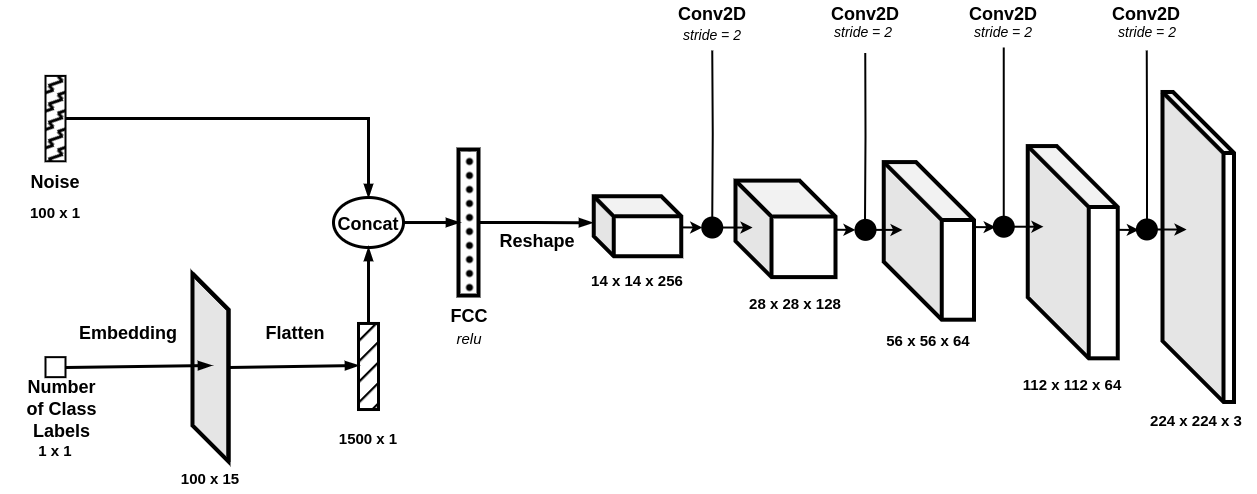
viniciusrpb/drawio_flowcharts keeps this draw.io diagram as generator.png. Above is the earlier version. Source tidied: cells renumbered, new cells last; positions are measured from the earlier drawing's top-left corner, leaving out a move shared by most shapes.
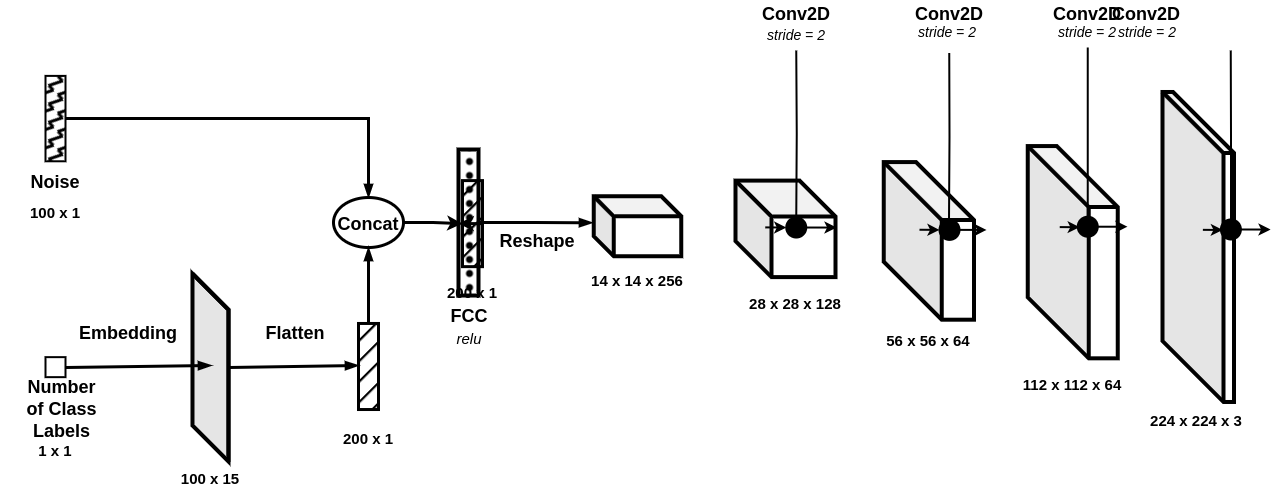
The same diagram one commit later.

Change to the diagram source:
```diff
@@ -17,9 +17,9 @@
     <mxCell id="6" value="Number of Class&lt;div style=&quot;font-size: 18px;&quot;&gt;Labels&lt;/div&gt;&lt;div style=&quot;font-size: 18px;&quot;&gt;&lt;br&gt;&lt;/div&gt;" style="text;html=1;strokeColor=none;fillColor=none;align=center;verticalAlign=middle;whiteSpace=wrap;rounded=0;fontSize=18;fontStyle=1;strokeWidth=4;" parent="1" vertex="1">
       <mxGeometry x="25" y="406.2" width="73" height="30" as="geometry" />
     </mxCell>
-    <mxCell id="7" style="edgeStyle=orthogonalEdgeStyle;rounded=0;jettySize=auto;html=1;strokeWidth=3;endArrow=blockThin;endFill=1;entryX=0.05;entryY=0.5;entryDx=0;entryDy=0;entryPerimeter=0;" parent="1" edge="1" source="8" target="24">
-      <mxGeometry relative="1" as="geometry" />
-    </mxCell>
+    <mxCell id="59" style="edgeStyle=orthogonalEdgeStyle;rounded=0;jettySize=auto;html=1;exitX=1;exitY=0.5;exitDx=0;exitDy=0;entryX=0;entryY=0.5;entryDx=0;entryDy=0;strokeWidth=3;" parent="1" edge="1" source="8" target="61">
+      <mxGeometry relative="1" as="geometry" />
+    </mxCell>
     <mxCell id="8" value="&lt;font style=&quot;font-size: 18px;&quot;&gt;Concat&lt;/font&gt;" style="ellipse;whiteSpace=wrap;html=1;strokeWidth=3;fontStyle=1;fontSize=24;" parent="1" vertex="1">
       <mxGeometry x="333" y="198" width="70" height="50" as="geometry" />
     </mxCell>
@@ -95,98 +95,98 @@
       <mxGeometry y="436.2" width="110" height="30" as="geometry" />
     </mxCell>
     <mxCell id="32" value="Conv2D" style="text;html=1;align=center;verticalAlign=middle;whiteSpace=wrap;rounded=0;fontStyle=1;fontSize=18;" parent="1" vertex="1">
-      <mxGeometry x="681.8" y="0.2" width="60" height="30" as="geometry" />
+      <mxGeometry x="765.8" y="0.2" width="60" height="30" as="geometry" />
     </mxCell>
     <mxCell id="33" value="stride = 2" style="text;html=1;align=center;verticalAlign=middle;whiteSpace=wrap;rounded=0;fontSize=14;fontStyle=2;strokeWidth=2;" parent="1" vertex="1">
-      <mxGeometry x="681.8" y="21" width="60" height="30" as="geometry" />
+      <mxGeometry x="765.8" y="21" width="60" height="30" as="geometry" />
     </mxCell>
     <mxCell id="34" style="edgeStyle=orthogonalEdgeStyle;rounded=0;jettySize=auto;html=1;exitX=0.5;exitY=0;exitDx=0;exitDy=0;exitPerimeter=0;entryX=0.5;entryY=1;entryDx=0;entryDy=0;endArrow=none;endFill=0;strokeWidth=2;" parent="1" edge="1" target="33">
       <mxGeometry relative="1" as="geometry">
-        <mxPoint x="711.8" y="218" as="sourcePoint" />
+        <mxPoint x="795.8" y="218" as="sourcePoint" />
       </mxGeometry>
     </mxCell>
     <mxCell id="35" style="strokeWidth=2;html=1;shape=mxgraph.flowchart.start_2;whiteSpace=wrap;fillColor=#000000;" parent="1" vertex="1">
-      <mxGeometry x="701.8" y="218" width="20" height="20" as="geometry" />
+      <mxGeometry x="785.8" y="218" width="20" height="20" as="geometry" />
     </mxCell>
     <mxCell id="36" style="edgeStyle=orthogonalEdgeStyle;rounded=0;orthogonalLoop=1;jettySize=auto;html=1;strokeWidth=2;" parent="1" edge="1">
       <mxGeometry relative="1" as="geometry">
-        <mxPoint x="713.8" y="228" as="sourcePoint" />
-        <mxPoint x="752" y="228.2" as="targetPoint" />
+        <mxPoint x="797.8" y="228" as="sourcePoint" />
+        <mxPoint x="836" y="228.2" as="targetPoint" />
       </mxGeometry>
     </mxCell>
     <mxCell id="37" style="endArrow=classic;html=1;rounded=0;exitX=0;exitY=0;exitDx=100;exitDy=36;exitPerimeter=0;entryX=0;entryY=0.5;entryDx=0;entryDy=0;entryPerimeter=0;strokeWidth=2;" parent="1" edge="1" target="35">
       <mxGeometry relative="1" as="geometry">
-        <mxPoint x="680.8" y="227.9" as="sourcePoint" />
+        <mxPoint x="764.8" y="227.9" as="sourcePoint" />
       </mxGeometry>
     </mxCell>
     <mxCell id="38" value="Conv2D" style="text;html=1;align=center;verticalAlign=middle;whiteSpace=wrap;rounded=0;fontStyle=1;fontSize=18;" parent="1" vertex="1">
-      <mxGeometry x="835" y="0.2" width="60" height="30" as="geometry" />
+      <mxGeometry x="919" y="0.2" width="60" height="30" as="geometry" />
     </mxCell>
     <mxCell id="39" value="stride = 2" style="text;html=1;align=center;verticalAlign=middle;whiteSpace=wrap;rounded=0;fontSize=14;fontStyle=2;strokeWidth=2;" parent="1" vertex="1">
-      <mxGeometry x="833" y="18" width="60" height="30" as="geometry" />
+      <mxGeometry x="917" y="18" width="60" height="30" as="geometry" />
     </mxCell>
     <mxCell id="40" style="strokeWidth=2;html=1;shape=mxgraph.flowchart.start_2;whiteSpace=wrap;fillColor=#000000;" parent="1" vertex="1">
-      <mxGeometry x="855" y="220.4" width="20" height="20" as="geometry" />
+      <mxGeometry x="939" y="220.4" width="20" height="20" as="geometry" />
     </mxCell>
     <mxCell id="41" style="edgeStyle=orthogonalEdgeStyle;rounded=0;orthogonalLoop=1;jettySize=auto;html=1;strokeWidth=2;" parent="1" edge="1">
       <mxGeometry relative="1" as="geometry">
-        <mxPoint x="866" y="230.4" as="sourcePoint" />
-        <mxPoint x="902" y="230.2" as="targetPoint" />
+        <mxPoint x="950" y="230.4" as="sourcePoint" />
+        <mxPoint x="986" y="230.2" as="targetPoint" />
       </mxGeometry>
     </mxCell>
     <mxCell id="42" style="endArrow=classic;html=1;rounded=0;exitX=0;exitY=0;exitDx=100;exitDy=36;exitPerimeter=0;entryX=0;entryY=0.5;entryDx=0;entryDy=0;entryPerimeter=0;strokeWidth=2;" parent="1" edge="1" target="40">
       <mxGeometry relative="1" as="geometry">
-        <mxPoint x="835" y="230.2" as="sourcePoint" />
+        <mxPoint x="919" y="230.2" as="sourcePoint" />
       </mxGeometry>
     </mxCell>
     <mxCell id="43" value="Conv2D" style="text;html=1;align=center;verticalAlign=middle;whiteSpace=wrap;rounded=0;fontStyle=1;fontSize=18;" parent="1" vertex="1">
-      <mxGeometry x="973.2" y="0.2" width="60" height="30" as="geometry" />
+      <mxGeometry x="1057.2" y="0.2" width="60" height="30" as="geometry" />
     </mxCell>
     <mxCell id="44" value="stride = 2" style="text;html=1;align=center;verticalAlign=middle;whiteSpace=wrap;rounded=0;fontSize=14;fontStyle=2;strokeWidth=2;" parent="1" vertex="1">
-      <mxGeometry x="973.2" y="18" width="60" height="30" as="geometry" />
+      <mxGeometry x="1057.2" y="18" width="60" height="30" as="geometry" />
     </mxCell>
     <mxCell id="45" style="edgeStyle=orthogonalEdgeStyle;rounded=0;jettySize=auto;html=1;exitX=0.5;exitY=0;exitDx=0;exitDy=0;exitPerimeter=0;entryX=0.5;entryY=1;entryDx=0;entryDy=0;endArrow=none;endFill=0;strokeWidth=2;" parent="1" edge="1" source="46" target="44">
       <mxGeometry relative="1" as="geometry" />
     </mxCell>
     <mxCell id="46" style="strokeWidth=2;html=1;shape=mxgraph.flowchart.start_2;whiteSpace=wrap;fillColor=#000000;" parent="1" vertex="1">
-      <mxGeometry x="993.2" y="217.2" width="20" height="20" as="geometry" />
+      <mxGeometry x="1077.2" y="217.2" width="20" height="20" as="geometry" />
     </mxCell>
     <mxCell id="47" style="edgeStyle=orthogonalEdgeStyle;rounded=0;orthogonalLoop=1;jettySize=auto;html=1;strokeWidth=2;" parent="1" edge="1">
       <mxGeometry relative="1" as="geometry">
-        <mxPoint x="1004.2" y="227.2" as="sourcePoint" />
-        <mxPoint x="1043" y="227.4" as="targetPoint" />
+        <mxPoint x="1088.2" y="227.2" as="sourcePoint" />
+        <mxPoint x="1127" y="227.4" as="targetPoint" />
       </mxGeometry>
     </mxCell>
     <mxCell id="48" style="endArrow=classic;html=1;rounded=0;exitX=0;exitY=0;exitDx=100;exitDy=36;exitPerimeter=0;entryX=0;entryY=0.5;entryDx=0;entryDy=0;entryPerimeter=0;strokeWidth=2;" parent="1" edge="1">
       <mxGeometry relative="1" as="geometry">
-        <mxPoint x="975.2" y="227.6" as="sourcePoint" />
-        <mxPoint x="995.2" y="227.7" as="targetPoint" />
+        <mxPoint x="1059.2" y="227.6" as="sourcePoint" />
+        <mxPoint x="1079.2" y="227.7" as="targetPoint" />
       </mxGeometry>
     </mxCell>
     <mxCell id="49" style="edgeStyle=orthogonalEdgeStyle;rounded=0;orthogonalLoop=1;jettySize=auto;html=1;exitX=0.5;exitY=0;exitDx=0;exitDy=0;exitPerimeter=0;entryX=0.5;entryY=1;entryDx=0;entryDy=0;endArrow=none;endFill=0;strokeWidth=2;" parent="1" edge="1">
       <mxGeometry relative="1" as="geometry">
-        <mxPoint x="864.6" y="220.4" as="sourcePoint" />
-        <mxPoint x="864.8" y="53.6" as="targetPoint" />
+        <mxPoint x="948.6" y="220.4" as="sourcePoint" />
+        <mxPoint x="948.8" y="53.6" as="targetPoint" />
       </mxGeometry>
     </mxCell>
     <mxCell id="50" style="edgeStyle=orthogonalEdgeStyle;rounded=0;jettySize=auto;html=1;exitX=0.5;exitY=0;exitDx=0;exitDy=0;exitPerimeter=0;entryX=0.5;entryY=1;entryDx=0;entryDy=0;endArrow=none;endFill=0;strokeWidth=2;" parent="1" edge="1" source="51">
       <mxGeometry relative="1" as="geometry">
-        <mxPoint x="1146.1" y="51" as="targetPoint" />
+        <mxPoint x="1230.1" y="51" as="targetPoint" />
       </mxGeometry>
     </mxCell>
     <mxCell id="51" style="strokeWidth=2;html=1;shape=mxgraph.flowchart.start_2;whiteSpace=wrap;fillColor=#000000;" parent="1" vertex="1">
-      <mxGeometry x="1136.4" y="220" width="20" height="20" as="geometry" />
+      <mxGeometry x="1220.4" y="220" width="20" height="20" as="geometry" />
     </mxCell>
     <mxCell id="52" style="edgeStyle=orthogonalEdgeStyle;rounded=0;orthogonalLoop=1;jettySize=auto;html=1;strokeWidth=2;" parent="1" edge="1">
       <mxGeometry relative="1" as="geometry">
-        <mxPoint x="1147.4" y="230" as="sourcePoint" />
-        <mxPoint x="1186.1" y="230.2" as="targetPoint" />
+        <mxPoint x="1231.4" y="230" as="sourcePoint" />
+        <mxPoint x="1270.1" y="230.2" as="targetPoint" />
       </mxGeometry>
     </mxCell>
     <mxCell id="53" style="endArrow=classic;html=1;rounded=0;exitX=0;exitY=0;exitDx=100;exitDy=36;exitPerimeter=0;entryX=0;entryY=0.5;entryDx=0;entryDy=0;entryPerimeter=0;strokeWidth=2;" parent="1" edge="1">
       <mxGeometry relative="1" as="geometry">
-        <mxPoint x="1118.4" y="230.3" as="sourcePoint" />
-        <mxPoint x="1138.4" y="230.5" as="targetPoint" />
+        <mxPoint x="1202.4" y="230.3" as="sourcePoint" />
+        <mxPoint x="1222.4" y="230.5" as="targetPoint" />
       </mxGeometry>
     </mxCell>
     <mxCell id="54" style="shape=cube;whiteSpace=wrap;html=1;boundedLbl=1;backgroundOutline=1;darkOpacity=0.05;darkOpacity2=0.1;strokeWidth=4;size=61;fillColor=default;gradientColor=none;" parent="1" vertex="1">
@@ -207,8 +207,17 @@
     <mxCell id="57" value="Flatten" style="text;html=1;align=center;verticalAlign=middle;whiteSpace=wrap;rounded=0;fontStyle=1;fontSize=18;" parent="1" vertex="1">
       <mxGeometry x="265" y="319.3" width="60" height="30" as="geometry" />
     </mxCell>
-    <mxCell id="58" value="&lt;div style=&quot;font-size: 15px;&quot;&gt;1500 x 1&lt;/div&gt;" style="text;html=1;strokeColor=none;fillColor=none;align=center;verticalAlign=middle;whiteSpace=wrap;rounded=0;fontSize=15;fontStyle=1;strokeWidth=4;" parent="1" vertex="1">
+    <mxCell id="58" value="&lt;div style=&quot;font-size: 15px;&quot;&gt;200 x 1&lt;/div&gt;" style="text;html=1;strokeColor=none;fillColor=none;align=center;verticalAlign=middle;whiteSpace=wrap;rounded=0;fontSize=15;fontStyle=1;strokeWidth=4;" parent="1" vertex="1">
       <mxGeometry x="313" y="424" width="110" height="30" as="geometry" />
     </mxCell>
+    <mxCell id="60" style="edgeStyle=orthogonalEdgeStyle;rounded=0;jettySize=auto;html=1;exitX=1;exitY=0.5;exitDx=0;exitDy=0;entryX=0;entryY=0.5;entryDx=0;entryDy=0;strokeWidth=3;" parent="1" edge="1" source="61" target="24">
+      <mxGeometry relative="1" as="geometry" />
+    </mxCell>
+    <mxCell id="61" style="rounded=0;whiteSpace=wrap;html=1;strokeWidth=3;fillStyle=hatch;fillColor=#000000;" parent="1" vertex="1">
+      <mxGeometry x="462" y="181.1" width="20" height="86" as="geometry" />
+    </mxCell>
+    <mxCell id="62" value="&lt;div style=&quot;font-size: 15px;&quot;&gt;200 x 1&lt;/div&gt;" style="text;html=1;strokeColor=none;fillColor=none;align=center;verticalAlign=middle;whiteSpace=wrap;rounded=0;fontSize=15;fontStyle=1;strokeWidth=4;" parent="1" vertex="1">
+      <mxGeometry x="417" y="277.6" width="110" height="30" as="geometry" />
+    </mxCell>
   </root>
 </mxGraphModel>
```
